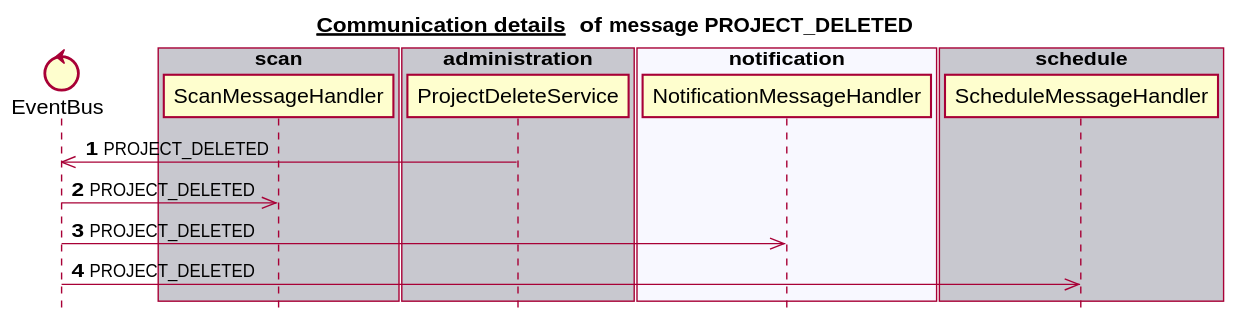
The PlantUML diagram docs/latest/images/gen_domain_messaging_project_deleted.svg in mercedes-benz/sechub, before a commit.
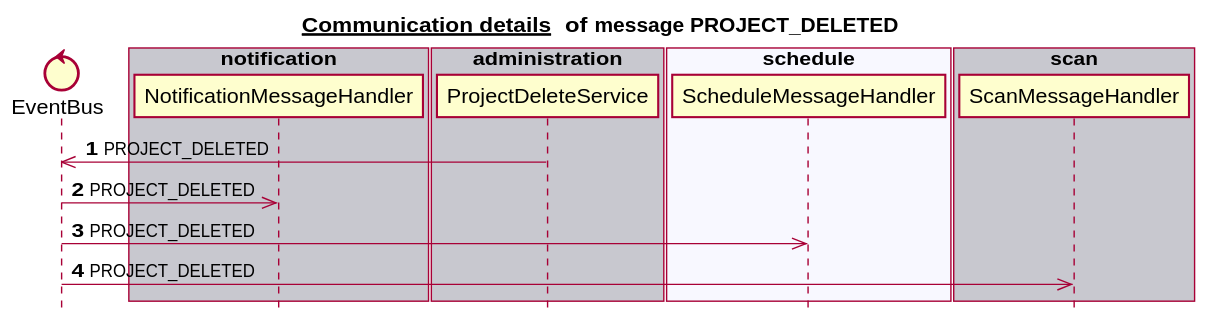
The same file after the commit.

The edit, as a diff of the source:
```diff
@@ -6,25 +6,25 @@
 
 
 control EventBus
-box "scan" #C8C8CF
-   participant ScanMessageHandler
+box "notification" #C8C8CF
+   participant NotificationMessageHandler
 end box
 box "authorization" #F8F8FF
 end box
 box "administration" #C8C8CF
    participant ProjectDeleteService
 end box
-box "notification" #F8F8FF
-   participant NotificationMessageHandler
+box "schedule" #F8F8FF
+   participant ScheduleMessageHandler
 end box
-box "schedule" #C8C8CF
-   participant ScheduleMessageHandler
+box "scan" #C8C8CF
+   participant ScanMessageHandler
 end box
 autonumber 1
 ProjectDeleteService ->> EventBus:PROJECT_DELETED
-EventBus ->> ScanMessageHandler:PROJECT_DELETED
 EventBus ->> NotificationMessageHandler:PROJECT_DELETED
 EventBus ->> ScheduleMessageHandler:PROJECT_DELETED
+EventBus ->> ScanMessageHandler:PROJECT_DELETED
 autonumber stop
 
 
```
